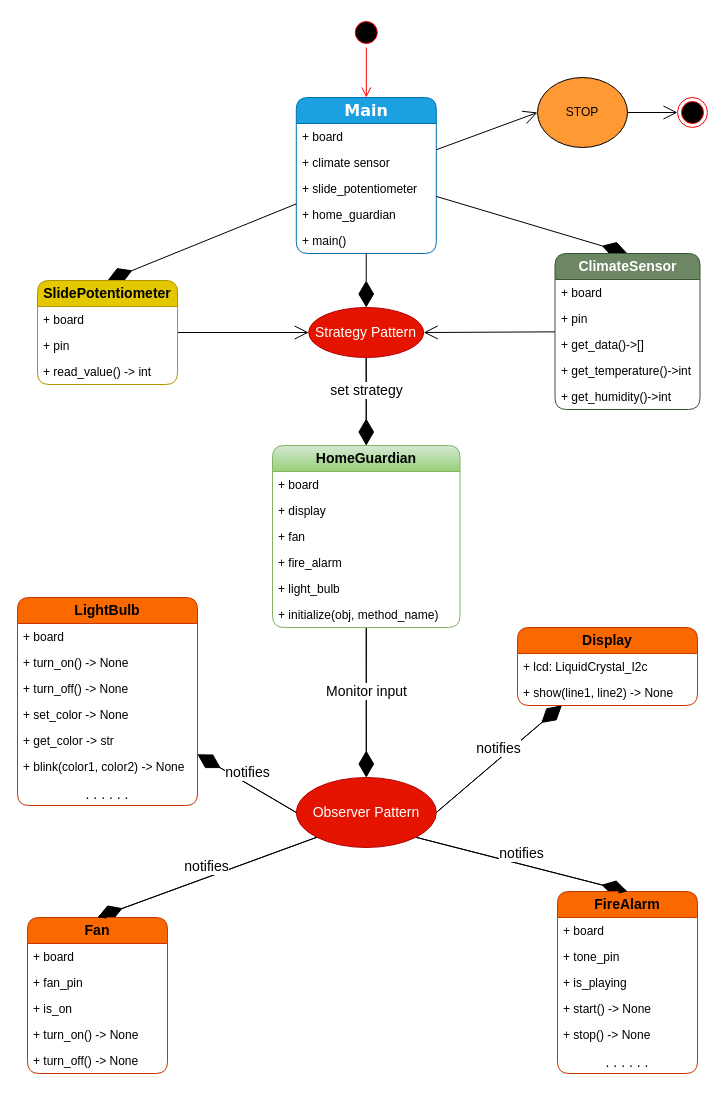
agajansahatov/home-guardian keeps this draw.io diagram as UML.drawio. Above is the earlier version. Source tidied: cells renumbered, new cells numbered last; positions are measured from the earlier drawing's top-left corner, leaving out a move shared by most shapes. Both pictures are drawn from the tidied source at 100%, with x=0, y=0 at pixel (17, 17).
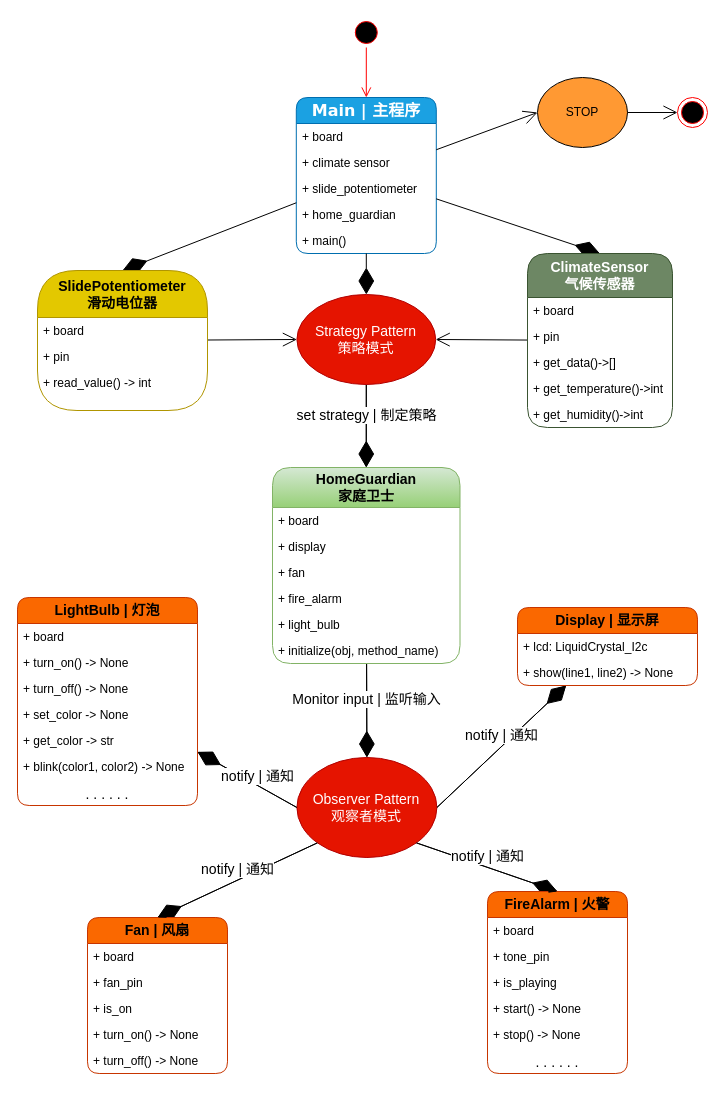
The same page after the edit.

Commit message:
Translate UML for both EN & CN

Change to the diagram source:
```diff
@@
-    <mxCell id="8" value="&lt;b&gt;&lt;font face=&quot;Verdana&quot; style=&quot;font-size: 16px;&quot;&gt;Main&lt;/font&gt;&lt;/b&gt;" style="swimlane;fontStyle=0;horizontal=1;startSize=26;fillColor=#1ba1e2;whiteSpace=wrap;html=1;strokeColor=#006EAF;fontColor=#ffffff;rounded=1;" parent="1" vertex="1">
+    <mxCell id="8" value="&lt;b&gt;&lt;font face=&quot;Verdana&quot; style=&quot;font-size: 16px;&quot;&gt;Main |&amp;nbsp;&lt;/font&gt;&lt;/b&gt;&lt;font face=&quot;Verdana&quot;&gt;&lt;span style=&quot;font-size: 16px;&quot;&gt;&lt;b&gt;主程序&lt;/b&gt;&lt;/span&gt;&lt;/font&gt;" style="swimlane;fontStyle=0;horizontal=1;startSize=26;fillColor=#1ba1e2;whiteSpace=wrap;html=1;strokeColor=#006EAF;fontColor=#ffffff;rounded=1;" parent="1" vertex="1">
       <mxGeometry x="278.8" y="80" width="140" height="156" as="geometry" />
     </mxCell>
@@
-    <mxCell id="20" value="&lt;font style=&quot;font-size: 14px;&quot;&gt;Observer Pattern&lt;/font&gt;" style="ellipse;whiteSpace=wrap;html=1;fillColor=#e51400;fontColor=#ffffff;strokeColor=#B20000;" parent="1" vertex="1">
-      <mxGeometry x="278.8" y="760" width="140" height="70" as="geometry" />
+    <mxCell id="20" value="&lt;font style=&quot;&quot;&gt;&lt;span style=&quot;font-size: 14px;&quot;&gt;Observer Pattern&lt;/span&gt;&lt;br&gt;&lt;span style=&quot;font-size: 14px;&quot;&gt;观察者模式&lt;/span&gt;&lt;br&gt;&lt;/font&gt;" style="ellipse;whiteSpace=wrap;html=1;fillColor=#e51400;fontColor=#ffffff;strokeColor=#B20000;" parent="1" vertex="1">
+      <mxGeometry x="279.4" y="740" width="140" height="100" as="geometry" />
     </mxCell>
-    <mxCell id="21" value="&lt;font style=&quot;font-size: 14px;&quot;&gt;notifies&lt;/font&gt;" style="html=1;verticalAlign=bottom;endArrow=block;curved=0;rounded=0;exitX=1;exitY=0.5;exitDx=0;exitDy=0;" parent="1" edge="1" source="20" target="22">
+    <mxCell id="21" value="&lt;font style=&quot;font-size: 14px;&quot;&gt;notify | 通知&lt;/font&gt;" style="html=1;verticalAlign=bottom;endArrow=block;curved=0;rounded=0;exitX=1;exitY=0.5;exitDx=0;exitDy=0;" parent="1" edge="1" source="20" target="22">
       <mxGeometry relative="1" as="geometry" />
     </mxCell>
-    <mxCell id="22" value="&lt;font style=&quot;font-size: 14px;&quot;&gt;&lt;b&gt;Display&lt;/b&gt;&lt;/font&gt;" style="swimlane;fontStyle=0;horizontal=1;startSize=26;fillColor=#fa6800;whiteSpace=wrap;html=1;rounded=1;fontColor=#000000;strokeColor=#C73500;" parent="1" vertex="1">
-      <mxGeometry x="500" y="610" width="180" height="78" as="geometry" />
+    <mxCell id="22" value="&lt;font style=&quot;font-size: 14px;&quot;&gt;&lt;b&gt;Display |&amp;nbsp;&lt;/b&gt;&lt;/font&gt;&lt;span style=&quot;font-size: 14px;&quot;&gt;&lt;b&gt;显示屏&lt;/b&gt;&lt;/span&gt;" style="swimlane;fontStyle=0;horizontal=1;startSize=26;fillColor=#fa6800;whiteSpace=wrap;html=1;rounded=1;fontColor=#000000;strokeColor=#C73500;" parent="1" vertex="1">
+      <mxGeometry x="500" y="590" width="180" height="78" as="geometry" />
     </mxCell>
@@
-    <mxCell id="25" value="&lt;font style=&quot;font-size: 14px;&quot;&gt;notifies&lt;/font&gt;" style="html=1;verticalAlign=bottom;endArrow=block;curved=0;rounded=0;exitX=0;exitY=0.5;exitDx=0;exitDy=0;" parent="1" edge="1" source="20" target="26">
-      <mxGeometry relative="1" as="geometry" />
+    <mxCell id="25" value="&lt;font style=&quot;font-size: 14px;&quot;&gt;notify | 通知&lt;/font&gt;" style="html=1;verticalAlign=bottom;endArrow=block;curved=0;rounded=0;exitX=0;exitY=0.5;exitDx=0;exitDy=0;" parent="1" edge="1" source="20" target="26">
+      <mxGeometry x="-0.23" y="2" relative="1" as="geometry" />
     </mxCell>
-    <mxCell id="26" value="&lt;b&gt;&lt;font style=&quot;font-size: 14px;&quot;&gt;LightBulb&lt;/font&gt;&lt;/b&gt;" style="swimlane;fontStyle=0;horizontal=1;startSize=26;fillColor=#fa6800;whiteSpace=wrap;html=1;rounded=1;fontColor=#000000;strokeColor=#C73500;" parent="1" vertex="1">
+    <mxCell id="26" value="&lt;b&gt;&lt;font style=&quot;font-size: 14px;&quot;&gt;LightBulb |&amp;nbsp;&lt;/font&gt;&lt;/b&gt;&lt;span style=&quot;font-size: 14px;&quot;&gt;&lt;b&gt;灯泡&lt;/b&gt;&lt;/span&gt;" style="swimlane;fontStyle=0;horizontal=1;startSize=26;fillColor=#fa6800;whiteSpace=wrap;html=1;rounded=1;fontColor=#000000;strokeColor=#C73500;" parent="1" vertex="1">
       <mxGeometry y="580" width="180" height="208" as="geometry" />
     </mxCell>
@@
-    <mxCell id="34" value="&lt;font style=&quot;font-size: 14px;&quot;&gt;&lt;b&gt;Fan&lt;/b&gt;&lt;/font&gt;" style="swimlane;fontStyle=0;horizontal=1;startSize=26;fillColor=#fa6800;whiteSpace=wrap;html=1;rounded=1;fontColor=#000000;strokeColor=#C73500;" parent="1" vertex="1">
-      <mxGeometry x="10" y="900" width="140" height="156" as="geometry" />
+    <mxCell id="34" value="&lt;font style=&quot;font-size: 14px;&quot;&gt;&lt;b&gt;Fan |&amp;nbsp;&lt;/b&gt;&lt;/font&gt;&lt;span style=&quot;font-size: 14px;&quot;&gt;&lt;b&gt;风扇&lt;/b&gt;&lt;/span&gt;" style="swimlane;fontStyle=0;horizontal=1;startSize=26;fillColor=#fa6800;whiteSpace=wrap;html=1;rounded=1;fontColor=#000000;strokeColor=#C73500;" parent="1" vertex="1">
+      <mxGeometry x="70" y="900" width="140" height="156" as="geometry" />
     </mxCell>
@@
-    <mxCell id="40" value="&lt;font style=&quot;font-size: 14px;&quot;&gt;notifies&lt;/font&gt;" style="html=1;verticalAlign=bottom;endArrow=block;curved=0;rounded=0;exitX=0;exitY=1;exitDx=0;exitDy=0;entryX=0.5;entryY=0;entryDx=0;entryDy=0;" parent="1" edge="1" source="20" target="34">
+    <mxCell id="40" value="&lt;font style=&quot;font-size: 14px;&quot;&gt;notify | 通知&lt;/font&gt;" style="html=1;verticalAlign=bottom;endArrow=block;curved=0;rounded=0;exitX=0;exitY=1;exitDx=0;exitDy=0;entryX=0.5;entryY=0;entryDx=0;entryDy=0;" parent="1" edge="1" source="20" target="34">
       <mxGeometry relative="1" as="geometry" />
     </mxCell>
-    <mxCell id="41" value="&lt;b&gt;&lt;font style=&quot;font-size: 14px;&quot;&gt;FireAlarm&lt;/font&gt;&lt;/b&gt;" style="swimlane;fontStyle=0;horizontal=1;startSize=26;fillColor=#fa6800;whiteSpace=wrap;html=1;rounded=1;fontColor=#000000;strokeColor=#C73500;" parent="1" vertex="1">
-      <mxGeometry x="540" y="874" width="140" height="182" as="geometry" />
+    <mxCell id="41" value="&lt;b&gt;&lt;font style=&quot;font-size: 14px;&quot;&gt;FireAlarm |&amp;nbsp;&lt;/font&gt;&lt;/b&gt;&lt;span style=&quot;font-size: 14px;&quot;&gt;&lt;b&gt;火警&lt;/b&gt;&lt;/span&gt;" style="swimlane;fontStyle=0;horizontal=1;startSize=26;fillColor=#fa6800;whiteSpace=wrap;html=1;rounded=1;fontColor=#000000;strokeColor=#C73500;" parent="1" vertex="1">
+      <mxGeometry x="470" y="874" width="140" height="182" as="geometry" />
     </mxCell>
@@
-    <mxCell id="48" value="&lt;font style=&quot;font-size: 14px;&quot;&gt;notifies&lt;/font&gt;" style="html=1;verticalAlign=bottom;endArrow=block;curved=0;rounded=0;exitX=1;exitY=1;exitDx=0;exitDy=0;entryX=0.5;entryY=0;entryDx=0;entryDy=0;" parent="1" edge="1" source="20" target="41">
+    <mxCell id="48" value="&lt;font style=&quot;font-size: 14px;&quot;&gt;notify | 通知&lt;/font&gt;" style="html=1;verticalAlign=bottom;endArrow=block;curved=0;rounded=0;exitX=1;exitY=1;exitDx=0;exitDy=0;entryX=0.5;entryY=0;entryDx=0;entryDy=0;" parent="1" edge="1" source="20" target="41">
       <mxGeometry relative="1" as="geometry" />
     </mxCell>
@@
-    <mxCell id="53" value="&lt;font style=&quot;font-size: 14px;&quot;&gt;set strategy&lt;/font&gt;" style="html=1;verticalAlign=bottom;endArrow=block;curved=0;rounded=0;exitX=0.5;exitY=1;exitDx=0;exitDy=0;entryX=0.5;entryY=0;entryDx=0;entryDy=0;" parent="1" edge="1" source="73" target="59">
+    <mxCell id="53" value="&lt;font style=&quot;font-size: 14px;&quot;&gt;set strategy | 制定策略&lt;/font&gt;" style="html=1;verticalAlign=bottom;endArrow=block;curved=0;rounded=0;exitX=0.5;exitY=1;exitDx=0;exitDy=0;entryX=0.5;entryY=0;entryDx=0;entryDy=0;" parent="1" edge="1" source="73" target="59">
       <mxGeometry relative="1" as="geometry" />
     </mxCell>
-    <mxCell id="54" value="&lt;font style=&quot;font-size: 14px;&quot;&gt;Monitor input&lt;/font&gt;" style="html=1;verticalAlign=bottom;endArrow=block;curved=0;rounded=0;entryX=0.5;entryY=0;entryDx=0;entryDy=0;" parent="1" edge="1" source="59" target="20">
+    <mxCell id="54" value="&lt;font style=&quot;font-size: 14px;&quot;&gt;Monitor input |&amp;nbsp;监听输入&lt;/font&gt;" style="html=1;verticalAlign=bottom;endArrow=block;curved=0;rounded=0;entryX=0.5;entryY=0;entryDx=0;entryDy=0;" parent="1" edge="1" source="59" target="20">
       <mxGeometry relative="1" as="geometry" />
     </mxCell>
-    <mxCell id="55" value="&lt;b&gt;&lt;font style=&quot;font-size: 14px;&quot;&gt;SlidePotentiometer&lt;/font&gt;&lt;/b&gt;" style="swimlane;fontStyle=0;horizontal=1;startSize=26;fillColor=#e3c800;whiteSpace=wrap;html=1;rounded=1;fontColor=#000000;strokeColor=#B09500;" parent="1" vertex="1">
-      <mxGeometry x="20" y="263" width="140" height="104" as="geometry" />
+    <mxCell id="55" value="&lt;b&gt;&lt;font style=&quot;font-size: 14px;&quot;&gt;SlidePotentiometer&lt;/font&gt;&lt;/b&gt;&lt;div&gt;&lt;font style=&quot;&quot;&gt;&lt;span style=&quot;font-size: 14px;&quot;&gt;&lt;b&gt;滑动电位器&lt;/b&gt;&lt;/span&gt;&lt;br&gt;&lt;/font&gt;&lt;/div&gt;" style="swimlane;fontStyle=0;horizontal=1;startSize=47;fillColor=#e3c800;whiteSpace=wrap;html=1;rounded=1;fontColor=#000000;strokeColor=#B09500;arcSize=28;" parent="1" vertex="1">
+      <mxGeometry x="20" y="253" width="170" height="140" as="geometry" />
     </mxCell>
     <mxCell id="56" value="+ board" style="text;strokeColor=none;fillColor=none;align=left;verticalAlign=top;spacingLeft=4;spacingRight=4;overflow=hidden;whiteSpace=wrap;html=1;" parent="55" vertex="1">
-      <mxGeometry y="26" width="140" height="26" as="geometry" />
+      <mxGeometry y="47" width="170" height="26" as="geometry" />
     </mxCell>
     <mxCell id="57" value="+ pin" style="text;strokeColor=none;fillColor=none;align=left;verticalAlign=top;spacingLeft=4;spacingRight=4;overflow=hidden;whiteSpace=wrap;html=1;" parent="55" vertex="1">
-      <mxGeometry y="52" width="140" height="26" as="geometry" />
+      <mxGeometry y="73" width="170" height="26" as="geometry" />
     </mxCell>
     <mxCell id="58" value="+ read_value() -&amp;gt; int" style="text;strokeColor=none;fillColor=none;align=left;verticalAlign=top;spacingLeft=4;spacingRight=4;overflow=hidden;whiteSpace=wrap;html=1;" parent="55" vertex="1">
-      <mxGeometry y="78" width="140" height="26" as="geometry" />
+      <mxGeometry y="99" width="170" height="41" as="geometry" />
     </mxCell>
-    <mxCell id="59" value="&lt;b&gt;&lt;font style=&quot;font-size: 14px;&quot;&gt;HomeGuardian&lt;/font&gt;&lt;/b&gt;" style="swimlane;fontStyle=0;horizontal=1;startSize=26;fillColor=#d5e8d4;whiteSpace=wrap;html=1;rounded=1;strokeColor=#82b366;gradientColor=#97d077;" parent="1" vertex="1">
-      <mxGeometry x="255" y="428" width="187.5" height="182" as="geometry" />
+    <mxCell id="59" value="&lt;font style=&quot;&quot;&gt;&lt;span style=&quot;font-size: 14px;&quot;&gt;&lt;b&gt;HomeGuardian&lt;/b&gt;&lt;/span&gt;&lt;br&gt;&lt;span style=&quot;font-size: 14px;&quot;&gt;&lt;b&gt;家庭卫士&lt;/b&gt;&lt;/span&gt;&lt;br&gt;&lt;/font&gt;" style="swimlane;fontStyle=0;horizontal=1;startSize=40;fillColor=#d5e8d4;whiteSpace=wrap;html=1;rounded=1;strokeColor=#82b366;gradientColor=#97d077;" parent="1" vertex="1">
+      <mxGeometry x="255" y="450" width="187.5" height="196" as="geometry" />
     </mxCell>
     <mxCell id="60" value="+ board" style="text;strokeColor=none;fillColor=none;align=left;verticalAlign=top;spacingLeft=4;spacingRight=4;overflow=hidden;whiteSpace=wrap;html=1;" parent="59" vertex="1">
-      <mxGeometry y="26" width="187.5" height="26" as="geometry" />
+      <mxGeometry y="40" width="187.5" height="26" as="geometry" />
     </mxCell>
     <mxCell id="61" value="+ display" style="text;strokeColor=none;fillColor=none;align=left;verticalAlign=top;spacingLeft=4;spacingRight=4;overflow=hidden;whiteSpace=wrap;html=1;" parent="59" vertex="1">
-      <mxGeometry y="52" width="187.5" height="26" as="geometry" />
+      <mxGeometry y="66" width="187.5" height="26" as="geometry" />
     </mxCell>
     <mxCell id="62" value="+ fan" style="text;strokeColor=none;fillColor=none;align=left;verticalAlign=top;spacingLeft=4;spacingRight=4;overflow=hidden;whiteSpace=wrap;html=1;" parent="59" vertex="1">
-      <mxGeometry y="78" width="187.5" height="26" as="geometry" />
+      <mxGeometry y="92" width="187.5" height="26" as="geometry" />
     </mxCell>
     <mxCell id="63" value="+ fire_alarm" style="text;strokeColor=none;fillColor=none;align=left;verticalAlign=top;spacingLeft=4;spacingRight=4;overflow=hidden;whiteSpace=wrap;html=1;" parent="59" vertex="1">
-      <mxGeometry y="104" width="187.5" height="26" as="geometry" />
+      <mxGeometry y="118" width="187.5" height="26" as="geometry" />
     </mxCell>
     <mxCell id="64" value="+ light_bulb" style="text;strokeColor=none;fillColor=none;align=left;verticalAlign=top;spacingLeft=4;spacingRight=4;overflow=hidden;whiteSpace=wrap;html=1;" parent="59" vertex="1">
-      <mxGeometry y="130" width="187.5" height="26" as="geometry" />
+      <mxGeometry y="144" width="187.5" height="26" as="geometry" />
     </mxCell>
     <mxCell id="65" value="+ initialize(obj, method_name)" style="text;strokeColor=none;fillColor=none;align=left;verticalAlign=top;spacingLeft=4;spacingRight=4;overflow=hidden;whiteSpace=wrap;html=1;" parent="59" vertex="1">
-      <mxGeometry y="156" width="187.5" height="26" as="geometry" />
+      <mxGeometry y="170" width="187.5" height="26" as="geometry" />
     </mxCell>
-    <mxCell id="66" value="&lt;b&gt;&lt;font style=&quot;font-size: 14px;&quot;&gt;ClimateSensor&lt;/font&gt;&lt;/b&gt;" style="swimlane;fontStyle=0;horizontal=1;startSize=26;fillColor=#6d8764;whiteSpace=wrap;html=1;rounded=1;fontColor=#ffffff;strokeColor=#3A5431;" parent="1" vertex="1">
-      <mxGeometry x="537.5" y="236" width="145" height="156" as="geometry" />
+    <mxCell id="66" value="&lt;font style=&quot;&quot;&gt;&lt;span style=&quot;font-size: 14px;&quot;&gt;&lt;b&gt;ClimateSensor&lt;/b&gt;&lt;/span&gt;&lt;br&gt;&lt;span style=&quot;font-size: 14px;&quot;&gt;&lt;b&gt;气候传感器&lt;/b&gt;&lt;/span&gt;&lt;br&gt;&lt;/font&gt;" style="swimlane;fontStyle=0;horizontal=1;startSize=44;fillColor=#6d8764;whiteSpace=wrap;html=1;rounded=1;fontColor=#ffffff;strokeColor=#3A5431;" parent="1" vertex="1">
+      <mxGeometry x="510" y="236" width="145" height="174" as="geometry" />
     </mxCell>
     <mxCell id="67" value="+ board" style="text;strokeColor=none;fillColor=none;align=left;verticalAlign=top;spacingLeft=4;spacingRight=4;overflow=hidden;whiteSpace=wrap;html=1;" parent="66" vertex="1">
-      <mxGeometry y="26" width="145" height="26" as="geometry" />
+      <mxGeometry y="44" width="145" height="26" as="geometry" />
     </mxCell>
     <mxCell id="68" value="+ pin" style="text;strokeColor=none;fillColor=none;align=left;verticalAlign=top;spacingLeft=4;spacingRight=4;overflow=hidden;whiteSpace=wrap;html=1;" parent="66" vertex="1">
-      <mxGeometry y="52" width="145" height="26" as="geometry" />
+      <mxGeometry y="70" width="145" height="26" as="geometry" />
     </mxCell>
     <mxCell id="69" value="+ get_data()-&amp;gt;[]" style="text;strokeColor=none;fillColor=none;align=left;verticalAlign=top;spacingLeft=4;spacingRight=4;overflow=hidden;whiteSpace=wrap;html=1;" parent="66" vertex="1">
-      <mxGeometry y="78" width="145" height="26" as="geometry" />
+      <mxGeometry y="96" width="145" height="26" as="geometry" />
     </mxCell>
     <mxCell id="70" value="+ get_temperature()-&amp;gt;int" style="text;strokeColor=none;fillColor=none;align=left;verticalAlign=top;spacingLeft=4;spacingRight=4;overflow=hidden;whiteSpace=wrap;html=1;" parent="66" vertex="1">
-      <mxGeometry y="104" width="145" height="26" as="geometry" />
+      <mxGeometry y="122" width="145" height="26" as="geometry" />
     </mxCell>
     <mxCell id="71" value="+ get_humidity()-&amp;gt;int" style="text;strokeColor=none;fillColor=none;align=left;verticalAlign=top;spacingLeft=4;spacingRight=4;overflow=hidden;whiteSpace=wrap;html=1;" parent="66" vertex="1">
-      <mxGeometry y="130" width="145" height="26" as="geometry" />
+      <mxGeometry y="148" width="145" height="26" as="geometry" />
     </mxCell>
@@
-    <mxCell id="73" value="&lt;font style=&quot;font-size: 14px;&quot;&gt;Strategy Pattern&lt;/font&gt;" style="ellipse;whiteSpace=wrap;html=1;fillColor=#e51400;fontColor=#ffffff;strokeColor=#B20000;" parent="1" vertex="1">
-      <mxGeometry x="291.2" y="290" width="115" height="50" as="geometry" />
+    <mxCell id="73" value="&lt;font style=&quot;&quot;&gt;&lt;span style=&quot;font-size: 14px;&quot;&gt;Strategy Pattern&lt;/span&gt;&lt;br&gt;&lt;span style=&quot;font-size: 14px;&quot;&gt;策略模式&lt;/span&gt;&lt;br&gt;&lt;/font&gt;" style="ellipse;whiteSpace=wrap;html=1;fillColor=#e51400;fontColor=#ffffff;strokeColor=#B20000;" parent="1" vertex="1">
+      <mxGeometry x="279.4" y="277" width="138.8" height="90" as="geometry" />
     </mxCell>
```
